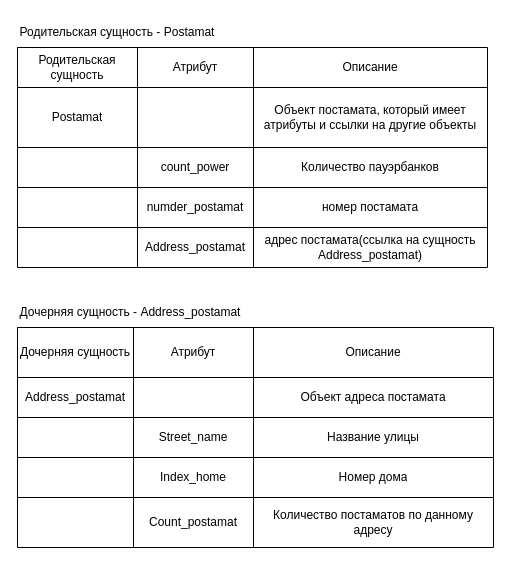
This is page "Страница — 2" (2 of 2) of Latyshev_Alexandr/data_model.drawio from abdullahproff/BSA21_1, a draw.io file, before an edit. Source tidied: cells renumbered, new cells numbered last; positions are measured from the earlier drawing's top-left corner, leaving out a move shared by most shapes. Both pictures are drawn from the tidied source at 100%, with x=0, y=0 at pixel (17, 17).
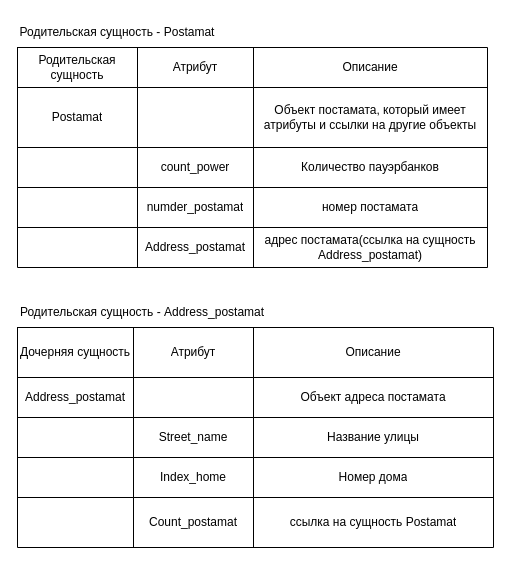
Above is the later version.

Unchanged cells that the change refers to:
```xml
<mxCell id="41" style="shape=tableRow;horizontal=0;startSize=0;swimlaneHead=0;swimlaneBody=0;strokeColor=inherit;top=0;left=0;bottom=0;right=0;fillColor=none;" parent="24" vertex="1">
  <mxGeometry y="170" width="476" height="50" as="geometry" />
</mxCell>
```

The edit, as a diff of the source:
```diff
@@
-    <mxCell id="23" value="Дочерняя сущность - Address_postamat" style="text;html=1;align=center;verticalAlign=middle;whiteSpace=wrap;rounded=0;" parent="1" vertex="1">
-      <mxGeometry y="280" width="226" height="30" as="geometry" />
+    <mxCell id="23" value="Родительская сущность - Address_postamat" style="text;html=1;align=center;verticalAlign=middle;whiteSpace=wrap;rounded=0;" parent="1" vertex="1">
+      <mxGeometry y="280" width="250" height="30" as="geometry" />
     </mxCell>
@@
-    <mxCell id="44" value="Количество постаматов по данному адресу" style="shape=partialRectangle;html=1;whiteSpace=wrap;strokeColor=inherit;overflow=hidden;fillColor=none;top=0;left=0;bottom=0;right=0;" parent="41" vertex="1">
+    <mxCell id="44" value="ссылка на сущность Postamat" style="shape=partialRectangle;html=1;whiteSpace=wrap;strokeColor=inherit;overflow=hidden;fillColor=none;top=0;left=0;bottom=0;right=0;" parent="41" vertex="1">
       <mxGeometry x="236" width="240" height="50" as="geometry" />
     </mxCell>
```
